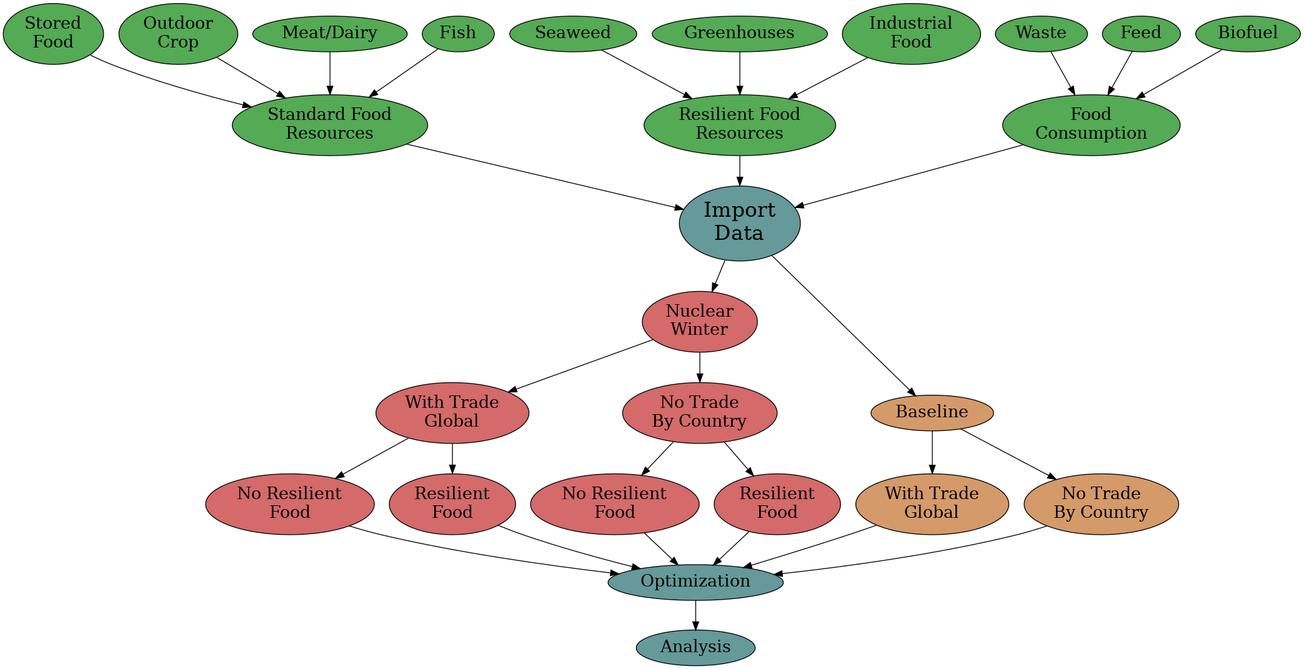
Earlier version of the Graphviz export docs/Figure_4/overview.png (allfed/allfed-integrated-model). Its source is kept beside it as docs/Figure_4/overview.dot. The source it was exported from:
```dot
digraph ModelOverview{
    norm_consumption [label="Food\nConsumption", fontsize=20, style="filled",fillcolor="#55AA55"];
    Waste[style="filled", fillcolor="#55AA55",fontsize=20]
    Waste -> norm_consumption;
    Feed[style="filled", fillcolor="#55AA55",fontsize=20]
    Feed -> norm_consumption;
    Biofuel[style="filled", fillcolor="#55AA55", fontsize=20]
    Biofuel -> norm_consumption;

    std_resources [label="Standard Food\nResources", style="filled",fontsize=20,fillcolor="#55AA55"];
    stored_food [label="Stored\nFood",style="filled", fontsize=20,fillcolor="#55AA55"];
    outdoor_crop [label="Outdoor\nCrop",style="filled",fontsize=20, fillcolor="#55AA55"];
    meat [label="Meat/Dairy",style="filled", fontsize=20,fillcolor="#55AA55"];
    Fish [style="filled",fontsize=20, fillcolor="#55AA55"]
    stored_food -> std_resources;
    outdoor_crop -> std_resources;
    meat -> std_resources;
    Fish -> std_resources;

    res_resources [label="Resilient Food\nResources", style="filled",fontsize=20,fillcolor="#55AA55"];
    Seaweed[style="filled",fontsize=20, fillcolor="#55AA55"]
    Seaweed -> res_resources;
    Greenhouses[style="filled",fontsize=20, fillcolor="#55AA55"]
    Greenhouses -> res_resources;
    industrial_food [label="Industrial\nFood",style="filled",fontsize=20, fillcolor="#55AA55"];
    industrial_food -> res_resources;

    model [label="Import\nData", fontsize=25, style="filled", fillcolor="#669999"];
    norm_consumption -> model;
    std_resources -> model;
    res_resources -> model;

    nw [label="Nuclear\nWinter",  fillcolor="#D46A6A",fontsize=20, style="filled"];
    Baseline [label="Baseline",  fillcolor="#D49A6A",fontsize=20, style="filled"];
    model -> Baseline;
    model -> nw;

    nw_trade [label="With Trade\nGlobal",  fillcolor="#D46A6A", fontsize=20,style="filled"];
    nw_no_trade [label="No Trade\nBy Country",  fillcolor="#D46A6A",fontsize=20, style="filled"];
    nw -> nw_trade;
    nw -> nw_no_trade;

    nw_trade_no_res_food [label="No Resilient\nFood", fontsize=20, fillcolor="#D46A6A", style="filled"];
    nw_trade_res_food [label="Resilient\nFood",  fontsize=20,fillcolor="#D46A6A", style="filled"];
    nw_no_trade_no_res_food [label="No Resilient\nFood",fontsize=20,  fillcolor="#D46A6A", style="filled"];
    nw_no_trade_res_food [label="Resilient\nFood", fontsize=20, fillcolor="#D46A6A", style="filled"];
    nw_trade -> nw_trade_no_res_food;
    nw_trade -> nw_trade_res_food;
    nw_no_trade -> nw_no_trade_no_res_food;
    nw_no_trade -> nw_no_trade_res_food;


    Baseline_trade [label="With Trade\nGlobal", fontsize=20, fillcolor="#D49A6A", style="filled"];
    Baseline_no_trade [label="No Trade\nBy Country",fontsize=20,  fillcolor="#D49A6A", style="filled"];
    Baseline -> Baseline_trade;
    Baseline -> Baseline_no_trade;


    opt [label="Optimization",  style="filled", fontsize=20,fillcolor="#669999"];
    Baseline_trade -> opt;
    Baseline_no_trade -> opt;
    nw_trade_no_res_food -> opt;
    nw_trade_res_food -> opt;
    nw_no_trade_no_res_food -> opt;
    nw_no_trade_res_food -> opt;

    analysis [label="Analysis",  style="filled",fontsize=20, fillcolor="#669999"];
    opt -> analysis;






}
```
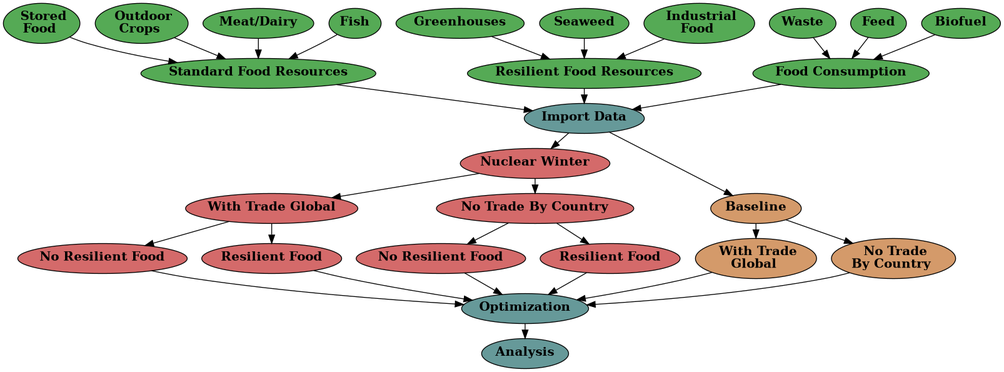
After the change.

Commit message:
this is the version of the figure plotting that went into the published paper (larger font sizes)

What changed in the source:
```diff
@@ -1,62 +1,69 @@
 digraph ModelOverview{
-    norm_consumption [label="Food\nConsumption", fontsize=20, style="filled",fillcolor="#55AA55"];
-    Waste[style="filled", fillcolor="#55AA55",fontsize=20]
+    ranksep=0.25;
+    node [margin=0.03];  // You can reduce this value to make padding smaller
+
+
+    norm_consumption [label= < <B>Food Consumption</B> >, fontsize=15, style="filled",fillcolor="#55AA55"];
+    Waste [label= < <B>Waste</B> >, style="filled", fillcolor="#55AA55",fontsize=15]
     Waste -> norm_consumption;
-    Feed[style="filled", fillcolor="#55AA55",fontsize=20]
+    Feed[label= < <B>Feed</B> >,style="filled", fillcolor="#55AA55",fontsize=15]
     Feed -> norm_consumption;
-    Biofuel[style="filled", fillcolor="#55AA55", fontsize=20]
+    Biofuel[label= < <B>Biofuel</B> >, style="filled", fillcolor="#55AA55", fontsize=15]
     Biofuel -> norm_consumption;
 
-    std_resources [label="Standard Food\nResources", style="filled",fontsize=20,fillcolor="#55AA55"];
-    stored_food [label="Stored\nFood",style="filled", fontsize=20,fillcolor="#55AA55"];
-    outdoor_crop [label="Outdoor\nCrop",style="filled",fontsize=20, fillcolor="#55AA55"];
-    meat [label="Meat/Dairy",style="filled", fontsize=20,fillcolor="#55AA55"];
-    Fish [style="filled",fontsize=20, fillcolor="#55AA55"]
+    std_resources [label= < <B>Standard Food Resources</B> >, style="filled",fontsize=15,fillcolor="#55AA55"];
+    stored_food [label= < <B>Stored<BR/>Food</B> >,style="filled", fontsize=15,fillcolor="#55AA55"];
+    outdoor_crop [label= < <B>Outdoor<BR/>Crops</B> >,style="filled",fontsize=15, fillcolor="#55AA55"];
+    meat [label= < <B>Meat/Dairy</B> >,style="filled", fontsize=15,fillcolor="#55AA55"];
+
+    Fish [label= < <B>Fish</B> >, style="filled", fontsize=15, fillcolor="#55AA55"];
+    Greenhouses [label= < <B>Greenhouses</B> >, style="filled", fontsize=15, fillcolor="#55AA55"];
+
     stored_food -> std_resources;
     outdoor_crop -> std_resources;
     meat -> std_resources;
     Fish -> std_resources;
 
-    res_resources [label="Resilient Food\nResources", style="filled",fontsize=20,fillcolor="#55AA55"];
-    Seaweed[style="filled",fontsize=20, fillcolor="#55AA55"]
+    res_resources [label= < <B>Resilient Food Resources</B> >, style="filled",fontsize=15,fillcolor="#55AA55"];
+    Seaweed [label= < <B>Seaweed</B> >, style="filled", fontsize=15, fillcolor="#55AA55"];
     Seaweed -> res_resources;
-    Greenhouses[style="filled",fontsize=20, fillcolor="#55AA55"]
+    Greenhouses[style="filled",fontsize=15, fillcolor="#55AA55"]
     Greenhouses -> res_resources;
-    industrial_food [label="Industrial\nFood",style="filled",fontsize=20, fillcolor="#55AA55"];
+    industrial_food [label= < <B>Industrial<BR/>Food</B> >,style="filled",fontsize=15, fillcolor="#55AA55"];
     industrial_food -> res_resources;
 
-    model [label="Import\nData", fontsize=25, style="filled", fillcolor="#669999"];
+    model [label= < <B>Import Data</B> >, fontsize=15, style="filled", fillcolor="#669999"];
     norm_consumption -> model;
     std_resources -> model;
     res_resources -> model;
 
-    nw [label="Nuclear\nWinter",  fillcolor="#D46A6A",fontsize=20, style="filled"];
-    Baseline [label="Baseline",  fillcolor="#D49A6A",fontsize=20, style="filled"];
+    nw [label= < <B>Nuclear Winter</B> >,  fillcolor="#D46A6A",fontsize=15, style="filled"];
+    Baseline [label= < <B>Baseline</B> >,  fillcolor="#D49A6A",fontsize=15, style="filled"];
     model -> Baseline;
     model -> nw;
 
-    nw_trade [label="With Trade\nGlobal",  fillcolor="#D46A6A", fontsize=20,style="filled"];
-    nw_no_trade [label="No Trade\nBy Country",  fillcolor="#D46A6A",fontsize=20, style="filled"];
+    nw_trade [label= < <B>With Trade Global</B> >,  fillcolor="#D46A6A", fontsize=15,style="filled"];
+    nw_no_trade [label= < <B>No Trade By Country</B> >,  fillcolor="#D46A6A",fontsize=15, style="filled"];
     nw -> nw_trade;
     nw -> nw_no_trade;
 
-    nw_trade_no_res_food [label="No Resilient\nFood", fontsize=20, fillcolor="#D46A6A", style="filled"];
-    nw_trade_res_food [label="Resilient\nFood",  fontsize=20,fillcolor="#D46A6A", style="filled"];
-    nw_no_trade_no_res_food [label="No Resilient\nFood",fontsize=20,  fillcolor="#D46A6A", style="filled"];
-    nw_no_trade_res_food [label="Resilient\nFood", fontsize=20, fillcolor="#D46A6A", style="filled"];
+    nw_trade_no_res_food [label= < <B>No Resilient Food</B> >, fontsize=15, fillcolor="#D46A6A", style="filled"];
+    nw_trade_res_food [label= < <B>Resilient Food</B> >,  fontsize=15,fillcolor="#D46A6A", style="filled"];
+    nw_no_trade_no_res_food [label= < <B>No Resilient Food</B> >,fontsize=15,  fillcolor="#D46A6A", style="filled"];
+    nw_no_trade_res_food [label= < <B>Resilient Food</B> >, fontsize=15, fillcolor="#D46A6A", style="filled"];
     nw_trade -> nw_trade_no_res_food;
     nw_trade -> nw_trade_res_food;
     nw_no_trade -> nw_no_trade_no_res_food;
     nw_no_trade -> nw_no_trade_res_food;
 
 
-    Baseline_trade [label="With Trade\nGlobal", fontsize=20, fillcolor="#D49A6A", style="filled"];
-    Baseline_no_trade [label="No Trade\nBy Country",fontsize=20,  fillcolor="#D49A6A", style="filled"];
+    Baseline_trade [label= < <B>With Trade<BR/>Global</B> >, fontsize=15, fillcolor="#D49A6A", style="filled"];
+    Baseline_no_trade [label= < <B>No Trade<BR/>By Country</B> >,fontsize=15,  fillcolor="#D49A6A", style="filled"];
     Baseline -> Baseline_trade;
     Baseline -> Baseline_no_trade;
 
 
-    opt [label="Optimization",  style="filled", fontsize=20,fillcolor="#669999"];
+    opt [label= < <B>Optimization</B> >,  style="filled", fontsize=15,fillcolor="#669999"];
     Baseline_trade -> opt;
     Baseline_no_trade -> opt;
     nw_trade_no_res_food -> opt;
@@ -64,7 +71,7 @@
     nw_no_trade_no_res_food -> opt;
     nw_no_trade_res_food -> opt;
 
-    analysis [label="Analysis",  style="filled",fontsize=20, fillcolor="#669999"];
+    analysis [label= < <B>Analysis</B> >,  style="filled",fontsize=15, fillcolor="#669999"];
     opt -> analysis;
 
 
```
